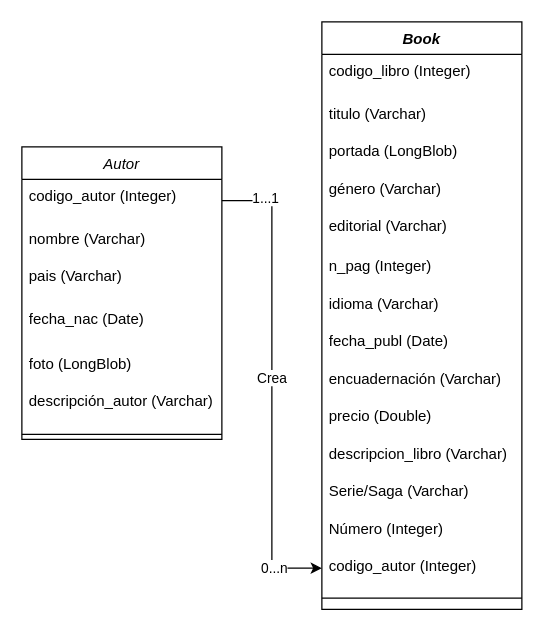
Before: public/Diagrama entidad relación.drawio in MariD3v/Mari_BookStore, a draw.io diagram. Source tidied: cells renumbered, new cells numbered last; positions are measured from the earlier drawing's top-left corner, leaving out a move shared by most shapes. Both pictures are drawn from the tidied source at 125%, with x=0, y=0 at pixel (21, 21).
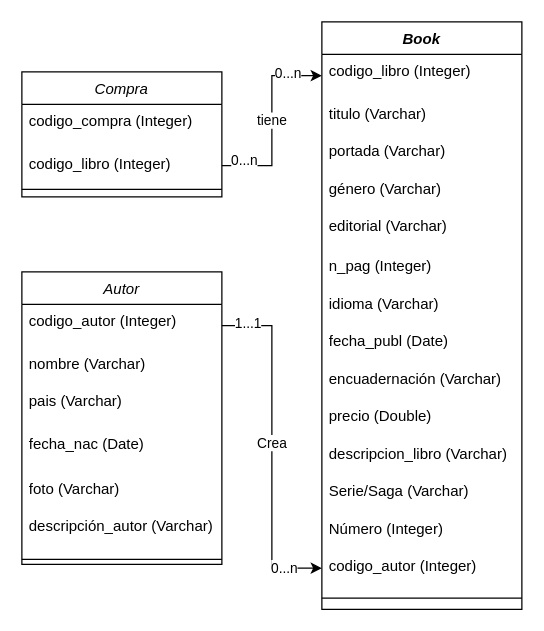
After the change.

Commit message (it also covers changes not shown here):
change the database and the e-r diagram

Unchanged cells that the change refers to:
```xml
<mxCell id="10" value="Book" style="swimlane;fontStyle=3;align=center;verticalAlign=top;horizontal=1;startSize=26;rounded=0;shadow=0;strokeWidth=1;" parent="1" vertex="1">
  <mxGeometry x="240" width="160" height="470" as="geometry" />
</mxCell>
<mxCell id="11" value="codigo_libro (Integer)" style="text;align=left;verticalAlign=top;spacingLeft=4;spacingRight=4;overflow=hidden;points=[[0,0.5],[1,0.5]];portConstraint=eastwest;rounded=0;shadow=0;html=0;" parent="10" vertex="1">
  <mxGeometry y="26" width="160" height="34" as="geometry" />
</mxCell>
<mxCell id="26" style="edgeStyle=orthogonalEdgeStyle;rounded=0;jettySize=auto;html=1;exitX=1;exitY=0.5;exitDx=0;exitDy=0;entryX=0;entryY=0.5;entryDx=0;entryDy=0;" parent="1" edge="1" source="3" target="24">
  <mxGeometry relative="1" as="geometry" />
</mxCell>
```

The edit, as a diff of the source:
```diff
@@
     <mxCell id="2" value="Autor" style="swimlane;fontStyle=2;align=center;verticalAlign=top;horizontal=1;startSize=26;rounded=0;shadow=0;strokeWidth=1;" parent="1" vertex="1">
-      <mxGeometry y="100" width="160" height="234" as="geometry" />
+      <mxGeometry y="200" width="160" height="234" as="geometry" />
     </mxCell>
@@
-    <mxCell id="7" value="foto (LongBlob)" style="text;align=left;verticalAlign=top;spacingLeft=4;spacingRight=4;overflow=hidden;" parent="2" vertex="1">
+    <mxCell id="7" value="foto (Varchar)" style="text;align=left;verticalAlign=top;spacingLeft=4;spacingRight=4;overflow=hidden;" parent="2" vertex="1">
       <mxGeometry y="160" width="160" height="30" as="geometry" />
     </mxCell>
@@
-    <mxCell id="13" value="portada (LongBlob)" style="text;align=left;verticalAlign=top;spacingLeft=4;spacingRight=4;overflow=hidden;" parent="10" vertex="1">
+    <mxCell id="13" value="portada (Varchar)" style="text;align=left;verticalAlign=top;spacingLeft=4;spacingRight=4;overflow=hidden;" parent="10" vertex="1">
       <mxGeometry y="90" width="160" height="30" as="geometry" />
     </mxCell>
@@
     <mxCell id="27" value="1...1" style="edgeLabel;html=1;align=center;verticalAlign=middle;" parent="26" vertex="1">
-      <mxGeometry x="-0.82" y="3" relative="1" as="geometry" />
+      <mxGeometry x="-0.82" y="3" relative="1" as="geometry">
+        <mxPoint x="-5" as="offset" />
+      </mxGeometry>
     </mxCell>
@@
+    <mxCell id="30" value="Compra" style="swimlane;fontStyle=2;align=center;verticalAlign=top;horizontal=1;startSize=26;rounded=0;shadow=0;strokeWidth=1;" parent="1" vertex="1">
+      <mxGeometry y="40" width="160" height="100" as="geometry" />
+    </mxCell>
+    <mxCell id="31" value="codigo_compra (Integer)" style="text;align=left;verticalAlign=top;spacingLeft=4;spacingRight=4;overflow=hidden;rounded=0;shadow=0;html=0;" parent="30" vertex="1">
+      <mxGeometry y="26" width="160" height="34" as="geometry" />
+    </mxCell>
+    <mxCell id="32" value="codigo_libro (Integer)" style="text;align=left;verticalAlign=top;spacingLeft=4;spacingRight=4;overflow=hidden;points=[[0,0.5],[1,0.5]];portConstraint=eastwest;" parent="30" vertex="1">
+      <mxGeometry y="60" width="160" height="30" as="geometry" />
+    </mxCell>
+    <mxCell id="33" style="line;html=1;strokeWidth=1;align=left;verticalAlign=middle;spacingTop=-1;spacingLeft=3;spacingRight=3;labelPosition=right;" parent="30" vertex="1">
+      <mxGeometry y="90" width="160" height="8" as="geometry" />
+    </mxCell>
+    <mxCell id="34" value="tiene" style="edgeStyle=orthogonalEdgeStyle;rounded=0;jettySize=auto;html=1;entryX=0;entryY=0.5;entryDx=0;entryDy=0;" parent="1" edge="1" source="32" target="11">
+      <mxGeometry relative="1" as="geometry" />
+    </mxCell>
+    <mxCell id="35" value="0...n" style="edgeLabel;html=1;align=center;verticalAlign=middle;" parent="1" vertex="1">
+      <mxGeometry x="220" y="220" as="geometry">
+        <mxPoint x="-8" y="-180" as="offset" />
+      </mxGeometry>
+    </mxCell>
+    <mxCell id="36" value="0...n" style="edgeLabel;html=1;align=center;verticalAlign=middle;" parent="1" vertex="1">
+      <mxGeometry x="220" y="446" as="geometry">
+        <mxPoint x="-43" y="-336" as="offset" />
+      </mxGeometry>
+    </mxCell>
```
